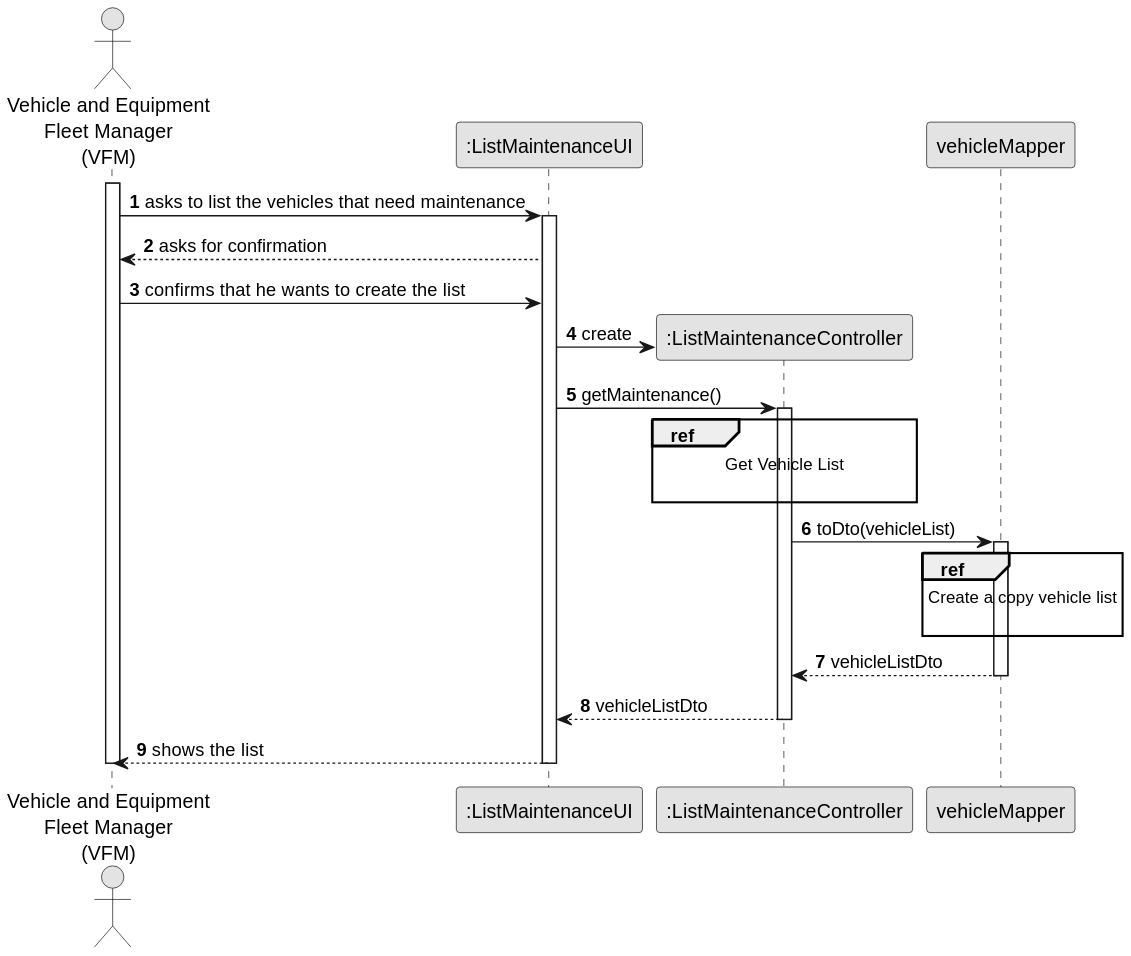
This is docs/sprintC/us008/03.design/svg/us008-sequence-diagram-split.svg from diogoveirospro/lei-24-s2-1dg-g072, a PlantUML export, as it was before one commit.
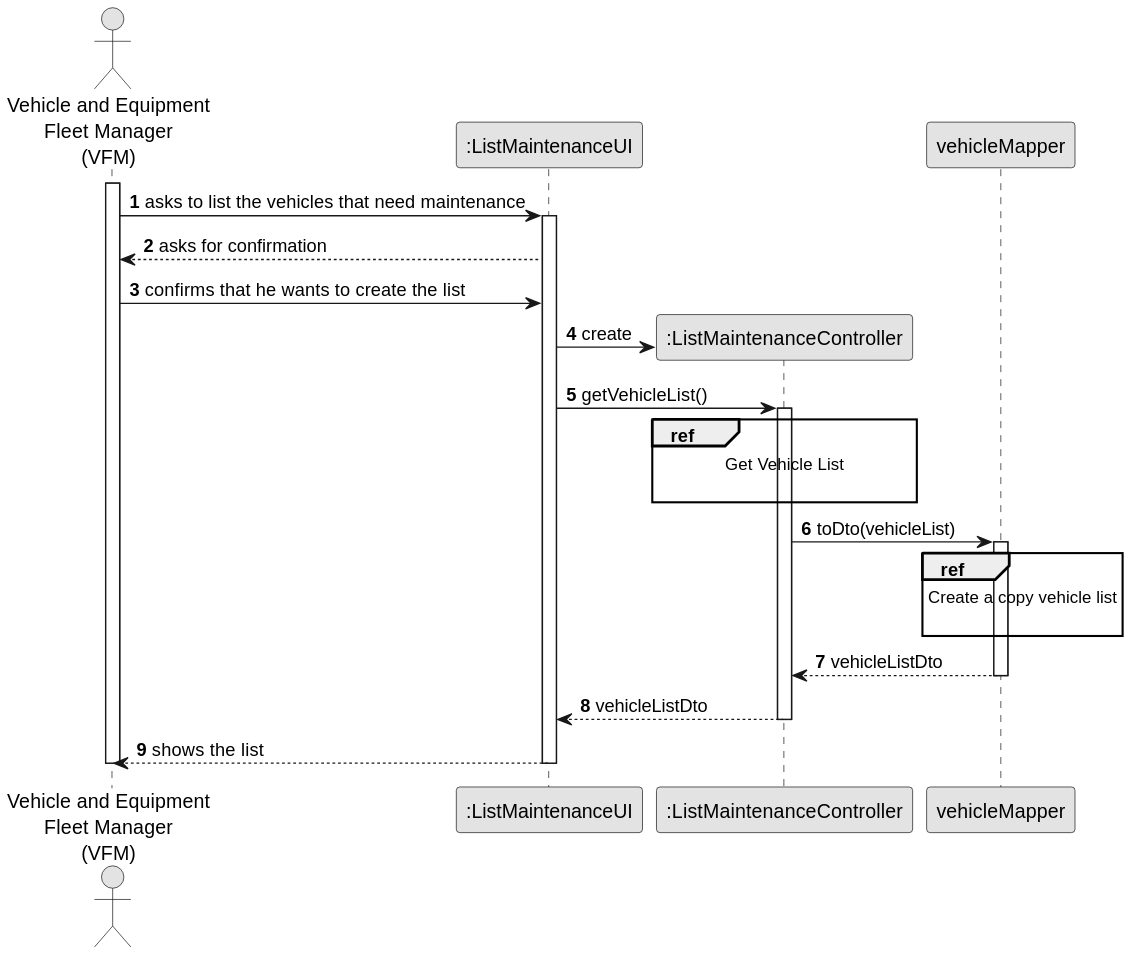
After the commit.

The edit, as a diff of the source:
```diff
@@ -20,7 +20,7 @@
 
             VFM -> UI : confirms that he wants to create the list
             UI -> CTRL** : create
-            UI -> CTRL : getMaintenance()
+            UI -> CTRL : getVehicleList()
             activate CTRL
                     ref over CTRL
                             Get Vehicle List
```
